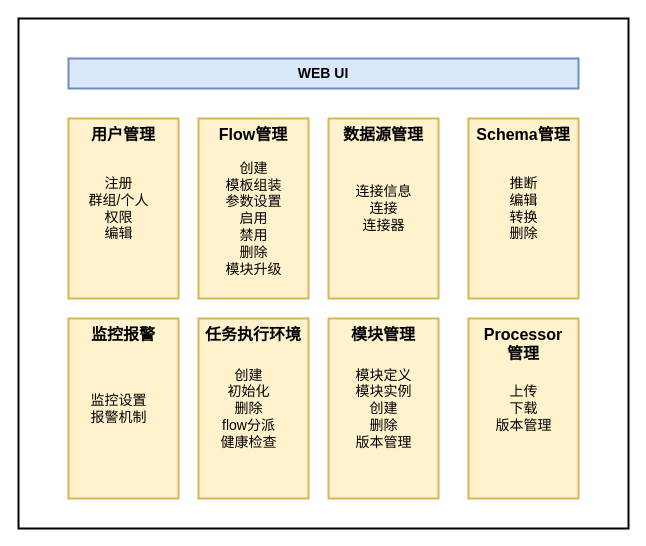
Before: page "Architecture" (1 of 16) of 自助式接入.drawio in dophinlife/drawio, a draw.io diagram. Source tidied: cells renumbered, new cells numbered last; positions are measured from the earlier drawing's top-left corner, leaving out a move shared by most shapes. Both pictures are drawn from the tidied source at 100%, with x=0, y=0 at pixel (18, 18).
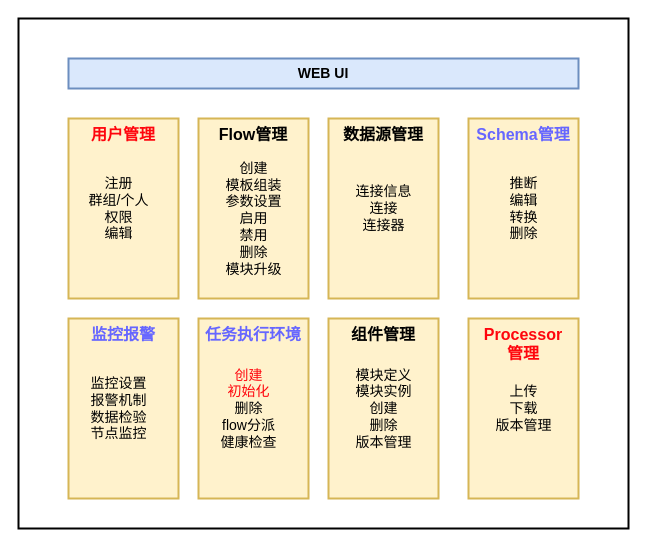
The same diagram, later.

Change to the diagram source:
```diff
@@
 <mxGraphModel>
   <root>
     <mxCell id="0" />
     <mxCell id="1" parent="0" />
     <mxCell id="2" style="rounded=0;whiteSpace=wrap;html=1;strokeWidth=2;" parent="1" vertex="1">
       <mxGeometry width="610" height="510" as="geometry" />
     </mxCell>
     <mxCell id="3" value="&lt;b&gt;&lt;font style=&quot;font-size: 14px&quot;&gt;WEB UI&lt;/font&gt;&lt;/b&gt;" style="rounded=0;whiteSpace=wrap;html=1;strokeWidth=2;fillColor=#dae8fc;strokeColor=#6c8ebf;" parent="1" vertex="1">
       <mxGeometry x="50" y="40" width="510" height="30" as="geometry" />
     </mxCell>
-    <mxCell id="4" value="&lt;b&gt;&lt;font style=&quot;font-size: 16px&quot;&gt;用户管理&lt;/font&gt;&lt;/b&gt;" style="rounded=0;whiteSpace=wrap;html=1;strokeWidth=2;fillColor=#fff2cc;strokeColor=#d6b656;verticalAlign=top;fontSize=14;" parent="1" vertex="1">
+    <mxCell id="4" value="&lt;b&gt;&lt;font style=&quot;font-size: 16px&quot; color=&quot;#ff050d&quot;&gt;用户管理&lt;/font&gt;&lt;/b&gt;" style="rounded=0;whiteSpace=wrap;html=1;strokeWidth=2;fillColor=#fff2cc;strokeColor=#d6b656;verticalAlign=top;fontSize=14;" parent="1" vertex="1">
       <mxGeometry x="50" y="100" width="110" height="180" as="geometry" />
     </mxCell>
     <mxCell id="5" value="注册&lt;br&gt;群组/个人&lt;br&gt;权限&lt;br&gt;编辑" style="text;html=1;align=center;verticalAlign=middle;fontSize=14;" parent="1" vertex="1">
       <mxGeometry x="60" y="155" width="80" height="70" as="geometry" />
     </mxCell>
     <mxCell id="6" value="&lt;span style=&quot;font-size: 16px&quot;&gt;&lt;b&gt;数据源管理&lt;/b&gt;&lt;/span&gt;" style="rounded=0;whiteSpace=wrap;html=1;strokeWidth=2;fillColor=#fff2cc;strokeColor=#d6b656;verticalAlign=top;fontSize=14;" parent="1" vertex="1">
       <mxGeometry x="310" y="100" width="110" height="180" as="geometry" />
     </mxCell>
     <mxCell id="7" value="&lt;span style=&quot;font-size: 16px&quot;&gt;&lt;b&gt;Flow管理&lt;/b&gt;&lt;/span&gt;" style="rounded=0;whiteSpace=wrap;html=1;strokeWidth=2;fillColor=#fff2cc;strokeColor=#d6b656;verticalAlign=top;fontSize=14;" parent="1" vertex="1">
       <mxGeometry x="180" y="100" width="110" height="180" as="geometry" />
     </mxCell>
     <mxCell id="8" value="创建&lt;br&gt;模板组装&lt;br&gt;参数设置&lt;br&gt;启用&lt;br&gt;禁用&lt;br&gt;删除&lt;br&gt;模块升级" style="text;html=1;align=center;verticalAlign=middle;fontSize=14;" parent="1" vertex="1">
       <mxGeometry x="200" y="140" width="70" height="120" as="geometry" />
     </mxCell>
-    <mxCell id="9" value="&lt;span style=&quot;font-size: 16px&quot;&gt;&lt;b&gt;Schema管理&lt;/b&gt;&lt;/span&gt;" style="rounded=0;whiteSpace=wrap;html=1;strokeWidth=2;fillColor=#fff2cc;strokeColor=#d6b656;verticalAlign=top;fontSize=14;" parent="1" vertex="1">
+    <mxCell id="9" value="&lt;span style=&quot;font-size: 16px&quot;&gt;&lt;b&gt;&lt;font color=&quot;#6666ff&quot;&gt;Schema管理&lt;/font&gt;&lt;/b&gt;&lt;/span&gt;" style="rounded=0;whiteSpace=wrap;html=1;strokeWidth=2;fillColor=#fff2cc;strokeColor=#d6b656;verticalAlign=top;fontSize=14;" parent="1" vertex="1">
       <mxGeometry x="450" y="100" width="110" height="180" as="geometry" />
     </mxCell>
-    <mxCell id="10" value="&lt;span style=&quot;font-size: 16px&quot;&gt;&lt;b&gt;监控报警&lt;/b&gt;&lt;/span&gt;" style="rounded=0;whiteSpace=wrap;html=1;strokeWidth=2;fillColor=#fff2cc;strokeColor=#d6b656;verticalAlign=top;fontSize=14;" parent="1" vertex="1">
+    <mxCell id="10" value="&lt;span style=&quot;font-size: 16px&quot;&gt;&lt;b&gt;&lt;font color=&quot;#6666ff&quot;&gt;监控报警&lt;/font&gt;&lt;/b&gt;&lt;/span&gt;" style="rounded=0;whiteSpace=wrap;html=1;strokeWidth=2;fillColor=#fff2cc;strokeColor=#d6b656;verticalAlign=top;fontSize=14;" parent="1" vertex="1">
       <mxGeometry x="50" y="300" width="110" height="180" as="geometry" />
     </mxCell>
-    <mxCell id="11" value="监控设置&lt;br&gt;报警机制" style="text;html=1;align=center;verticalAlign=middle;fontSize=14;" parent="1" vertex="1">
-      <mxGeometry x="65" y="370" width="70" height="40" as="geometry" />
+    <mxCell id="11" value="监控设置&lt;br&gt;报警机制&lt;br&gt;数据检验&lt;br&gt;节点监控&lt;br&gt;" style="text;html=1;align=center;verticalAlign=middle;fontSize=14;" parent="1" vertex="1">
+      <mxGeometry x="65" y="355" width="70" height="70" as="geometry" />
     </mxCell>
-    <mxCell id="12" value="&lt;span style=&quot;font-size: 16px&quot;&gt;&lt;b&gt;模块管理&lt;/b&gt;&lt;/span&gt;" style="rounded=0;whiteSpace=wrap;html=1;strokeWidth=2;fillColor=#fff2cc;strokeColor=#d6b656;verticalAlign=top;fontSize=14;" parent="1" vertex="1">
+    <mxCell id="12" value="&lt;span style=&quot;font-size: 16px&quot;&gt;&lt;b&gt;组件管理&lt;/b&gt;&lt;/span&gt;" style="rounded=0;whiteSpace=wrap;html=1;strokeWidth=2;fillColor=#fff2cc;strokeColor=#d6b656;verticalAlign=top;fontSize=14;" parent="1" vertex="1">
       <mxGeometry x="310" y="300" width="110" height="180" as="geometry" />
     </mxCell>
-    <mxCell id="13" value="&lt;span style=&quot;font-size: 16px&quot;&gt;&lt;b&gt;任务执行环境&lt;/b&gt;&lt;/span&gt;" style="rounded=0;whiteSpace=wrap;html=1;strokeWidth=2;fillColor=#fff2cc;strokeColor=#d6b656;verticalAlign=top;fontSize=14;" parent="1" vertex="1">
+    <mxCell id="13" value="&lt;span style=&quot;font-size: 16px&quot;&gt;&lt;b&gt;&lt;font color=&quot;#6666ff&quot;&gt;任务执行环境&lt;/font&gt;&lt;/b&gt;&lt;/span&gt;" style="rounded=0;whiteSpace=wrap;html=1;strokeWidth=2;fillColor=#fff2cc;strokeColor=#d6b656;verticalAlign=top;fontSize=14;" parent="1" vertex="1">
       <mxGeometry x="180" y="300" width="110" height="180" as="geometry" />
     </mxCell>
-    <mxCell id="14" value="创建&lt;br&gt;初始化&lt;br&gt;删除&lt;br&gt;flow分派&lt;br&gt;健康检查" style="text;html=1;align=center;verticalAlign=middle;fontSize=14;" parent="1" vertex="1">
+    <mxCell id="14" value="&lt;font color=&quot;#ff050d&quot;&gt;创建&lt;br&gt;初始化&lt;/font&gt;&lt;br&gt;删除&lt;br&gt;flow分派&lt;br&gt;健康检查" style="text;html=1;align=center;verticalAlign=middle;fontSize=14;" parent="1" vertex="1">
       <mxGeometry x="195" y="345" width="70" height="90" as="geometry" />
     </mxCell>
-    <mxCell id="15" value="&lt;span style=&quot;font-size: 16px&quot;&gt;&lt;b&gt;Processor&lt;br&gt;管理&lt;br&gt;&lt;/b&gt;&lt;/span&gt;" style="rounded=0;whiteSpace=wrap;html=1;strokeWidth=2;fillColor=#fff2cc;strokeColor=#d6b656;verticalAlign=top;fontSize=14;" parent="1" vertex="1">
+    <mxCell id="15" value="&lt;span style=&quot;font-size: 16px&quot;&gt;&lt;b&gt;&lt;font color=&quot;#ff050d&quot;&gt;Processor&lt;br&gt;管理&lt;/font&gt;&lt;br&gt;&lt;/b&gt;&lt;/span&gt;" style="rounded=0;whiteSpace=wrap;html=1;strokeWidth=2;fillColor=#fff2cc;strokeColor=#d6b656;verticalAlign=top;fontSize=14;" parent="1" vertex="1">
       <mxGeometry x="450" y="300" width="110" height="180" as="geometry" />
     </mxCell>
     <mxCell id="16" value="连接信息&lt;br&gt;连接&lt;br&gt;连接器" style="text;html=1;align=center;verticalAlign=middle;fontSize=14;" parent="1" vertex="1">
       <mxGeometry x="330" y="160" width="70" height="60" as="geometry" />
     </mxCell>
     <mxCell id="17" value="推断&lt;br&gt;编辑&lt;br&gt;转换&lt;br&gt;删除" style="text;html=1;align=center;verticalAlign=middle;fontSize=14;" parent="1" vertex="1">
       <mxGeometry x="485" y="155" width="40" height="70" as="geometry" />
     </mxCell>
     <mxCell id="18" value="模块定义&lt;br&gt;模块实例&lt;br&gt;创建&lt;br&gt;删除&lt;br&gt;版本管理" style="text;html=1;align=center;verticalAlign=middle;fontSize=14;" parent="1" vertex="1">
       <mxGeometry x="330" y="345" width="70" height="90" as="geometry" />
     </mxCell>
     <mxCell id="19" value="上传&lt;br&gt;下载&lt;br&gt;版本管理" style="text;html=1;align=center;verticalAlign=middle;fontSize=14;" parent="1" vertex="1">
       <mxGeometry x="470" y="360" width="70" height="60" as="geometry" />
     </mxCell>
   </root>
 </mxGraphModel>
```
